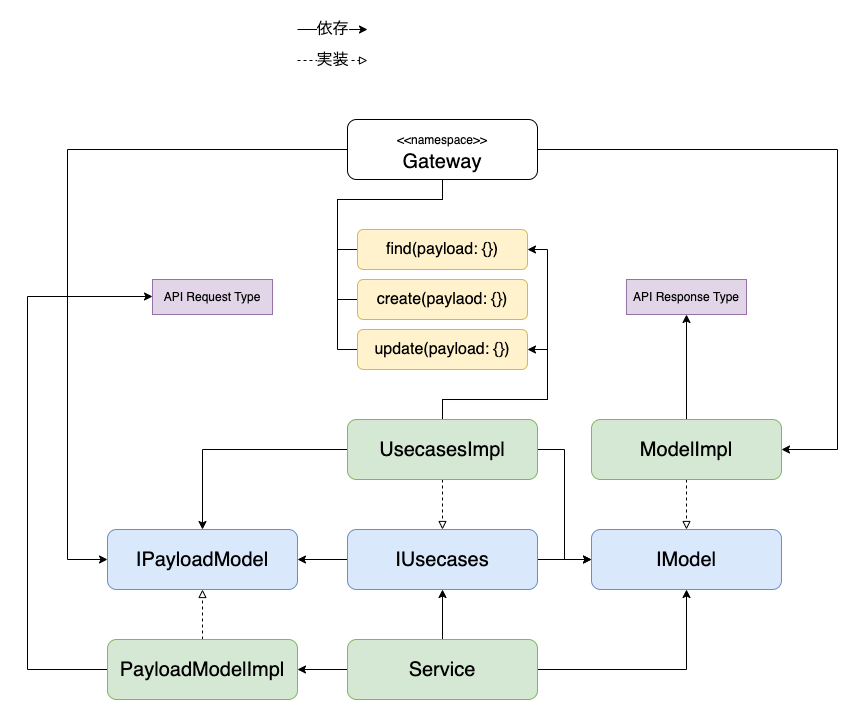
This is typescript/apps/admin/docs_temp/frontend-dataflow.drawio.png from ispec-inc/monorepo, a draw.io export, as it was before one commit. Source tidied: cells renumbered, new cells last; positions are measured from the earlier drawing's top-left corner, leaving out a move shared by most shapes. Source of this version:
```xml
<mxGraphModel>
  <root>
    <mxCell id="0" />
    <mxCell id="1" parent="0" />
    <mxCell id="2" style="edgeStyle=orthogonalEdgeStyle;rounded=0;jettySize=auto;html=1;entryX=0.5;entryY=1;entryDx=0;entryDy=0;fontSize=12;" parent="1" edge="1" source="5" target="14">
      <mxGeometry relative="1" as="geometry" />
    </mxCell>
    <mxCell id="3" style="edgeStyle=orthogonalEdgeStyle;rounded=0;jettySize=auto;html=1;fontSize=12;endArrow=classic;endFill=1;" parent="1" edge="1" source="5" target="24">
      <mxGeometry relative="1" as="geometry" />
    </mxCell>
    <mxCell id="4" style="edgeStyle=orthogonalEdgeStyle;rounded=0;jettySize=auto;html=1;" parent="1" edge="1" source="5" target="33">
      <mxGeometry relative="1" as="geometry" />
    </mxCell>
    <mxCell id="5" value="Service" style="rounded=1;whiteSpace=wrap;html=1;fontSize=20;fillColor=#d5e8d4;strokeColor=#82b366;" parent="1" vertex="1">
      <mxGeometry x="320" y="610" width="190" height="60" as="geometry" />
    </mxCell>
    <mxCell id="6" style="edgeStyle=orthogonalEdgeStyle;rounded=0;jettySize=auto;html=1;entryX=0;entryY=0.5;entryDx=0;entryDy=0;fontSize=16;endArrow=none;endFill=0;" parent="1" edge="1" source="11" target="21">
      <mxGeometry relative="1" as="geometry">
        <Array as="points">
          <mxPoint x="415" y="170" />
          <mxPoint x="310" y="170" />
          <mxPoint x="310" y="220" />
        </Array>
      </mxGeometry>
    </mxCell>
    <mxCell id="7" style="edgeStyle=orthogonalEdgeStyle;rounded=0;jettySize=auto;html=1;entryX=0;entryY=0.5;entryDx=0;entryDy=0;fontSize=16;endArrow=none;endFill=0;" parent="1" edge="1" source="11" target="22">
      <mxGeometry relative="1" as="geometry">
        <Array as="points">
          <mxPoint x="415" y="170" />
          <mxPoint x="310" y="170" />
          <mxPoint x="310" y="270" />
        </Array>
      </mxGeometry>
    </mxCell>
    <mxCell id="8" style="edgeStyle=orthogonalEdgeStyle;rounded=0;jettySize=auto;html=1;entryX=0;entryY=0.5;entryDx=0;entryDy=0;fontSize=16;endArrow=none;endFill=0;" parent="1" edge="1" source="11" target="23">
      <mxGeometry relative="1" as="geometry">
        <Array as="points">
          <mxPoint x="415" y="170" />
          <mxPoint x="310" y="170" />
          <mxPoint x="310" y="320" />
        </Array>
      </mxGeometry>
    </mxCell>
    <mxCell id="9" style="edgeStyle=orthogonalEdgeStyle;rounded=0;jettySize=auto;html=1;" parent="1" edge="1" source="11" target="34">
      <mxGeometry relative="1" as="geometry">
        <Array as="points">
          <mxPoint x="40" y="120" />
          <mxPoint x="40" y="530" />
        </Array>
      </mxGeometry>
    </mxCell>
    <mxCell id="10" style="edgeStyle=orthogonalEdgeStyle;rounded=0;jettySize=auto;html=1;" parent="1" edge="1" source="11" target="27">
      <mxGeometry relative="1" as="geometry">
        <Array as="points">
          <mxPoint x="810" y="120" />
          <mxPoint x="810" y="420" />
        </Array>
      </mxGeometry>
    </mxCell>
    <mxCell id="11" value="&lt;font style=&quot;font-size: 12px&quot;&gt;&amp;lt;&amp;lt;namespace&amp;gt;&amp;gt;&lt;/font&gt;&lt;br&gt;Gateway" style="rounded=1;whiteSpace=wrap;html=1;fontSize=20;" parent="1" vertex="1">
      <mxGeometry x="320" y="90" width="190" height="60" as="geometry" />
    </mxCell>
    <mxCell id="12" style="edgeStyle=orthogonalEdgeStyle;rounded=0;jettySize=auto;html=1;fontSize=12;endArrow=classic;endFill=1;" parent="1" edge="1" source="14" target="24">
      <mxGeometry relative="1" as="geometry">
        <Array as="points">
          <mxPoint x="694" y="530" />
        </Array>
      </mxGeometry>
    </mxCell>
    <mxCell id="13" style="edgeStyle=orthogonalEdgeStyle;rounded=0;jettySize=auto;html=1;entryX=1;entryY=0.5;entryDx=0;entryDy=0;" parent="1" edge="1" source="14" target="34">
      <mxGeometry relative="1" as="geometry" />
    </mxCell>
    <mxCell id="14" value="IUsecases" style="rounded=1;whiteSpace=wrap;html=1;fontSize=20;fillColor=#dae8fc;strokeColor=#6c8ebf;" parent="1" vertex="1">
      <mxGeometry x="320" y="500" width="190" height="60" as="geometry" />
    </mxCell>
    <mxCell id="15" style="edgeStyle=orthogonalEdgeStyle;rounded=0;jettySize=auto;html=1;fontSize=12;endArrow=block;endFill=0;dashed=1;" parent="1" edge="1" source="20" target="14">
      <mxGeometry relative="1" as="geometry" />
    </mxCell>
    <mxCell id="16" style="edgeStyle=orthogonalEdgeStyle;rounded=0;jettySize=auto;html=1;entryX=1;entryY=0.5;entryDx=0;entryDy=0;fontSize=16;endArrow=classic;endFill=1;" parent="1" edge="1" source="20" target="21">
      <mxGeometry relative="1" as="geometry">
        <Array as="points">
          <mxPoint x="415" y="370" />
          <mxPoint x="520" y="370" />
          <mxPoint x="520" y="220" />
        </Array>
      </mxGeometry>
    </mxCell>
    <mxCell id="17" style="edgeStyle=orthogonalEdgeStyle;rounded=0;jettySize=auto;html=1;entryX=1;entryY=0.5;entryDx=0;entryDy=0;fontSize=16;endArrow=classic;endFill=1;" parent="1" edge="1" source="20" target="23">
      <mxGeometry relative="1" as="geometry">
        <Array as="points">
          <mxPoint x="415" y="370" />
          <mxPoint x="520" y="370" />
          <mxPoint x="520" y="320" />
        </Array>
      </mxGeometry>
    </mxCell>
    <mxCell id="18" style="edgeStyle=orthogonalEdgeStyle;rounded=0;jettySize=auto;html=1;fontSize=16;endArrow=classic;endFill=1;entryX=0;entryY=0.5;entryDx=0;entryDy=0;" parent="1" edge="1" source="20" target="24">
      <mxGeometry relative="1" as="geometry" />
    </mxCell>
    <mxCell id="19" style="edgeStyle=orthogonalEdgeStyle;rounded=0;jettySize=auto;html=1;" parent="1" edge="1" source="20" target="34">
      <mxGeometry relative="1" as="geometry" />
    </mxCell>
    <mxCell id="20" value="UsecasesImpl" style="rounded=1;whiteSpace=wrap;html=1;fontSize=20;fillColor=#d5e8d4;strokeColor=#82b366;" parent="1" vertex="1">
      <mxGeometry x="320" y="390" width="190" height="60" as="geometry" />
    </mxCell>
    <mxCell id="21" value="&lt;font style=&quot;font-size: 16px&quot;&gt;find(payload: {})&lt;/font&gt;" style="rounded=1;whiteSpace=wrap;html=1;fontSize=16;fillColor=#fff2cc;strokeColor=#d6b656;" parent="1" vertex="1">
      <mxGeometry x="330" y="200" width="170" height="40" as="geometry" />
    </mxCell>
    <mxCell id="22" value="&lt;font style=&quot;font-size: 16px&quot;&gt;create(paylaod: {})&lt;br&gt;&lt;/font&gt;" style="rounded=1;whiteSpace=wrap;html=1;fontSize=16;fillColor=#fff2cc;strokeColor=#d6b656;" parent="1" vertex="1">
      <mxGeometry x="330" y="250" width="170" height="40" as="geometry" />
    </mxCell>
    <mxCell id="23" value="&lt;font style=&quot;font-size: 16px&quot;&gt;update(payload: {})&lt;br&gt;&lt;/font&gt;" style="rounded=1;whiteSpace=wrap;html=1;fontSize=16;fillColor=#fff2cc;strokeColor=#d6b656;" parent="1" vertex="1">
      <mxGeometry x="330" y="300" width="170" height="40" as="geometry" />
    </mxCell>
    <mxCell id="24" value="IModel" style="rounded=1;whiteSpace=wrap;html=1;fontSize=20;fillColor=#dae8fc;strokeColor=#6c8ebf;" parent="1" vertex="1">
      <mxGeometry x="564" y="500" width="190" height="60" as="geometry" />
    </mxCell>
    <mxCell id="25" style="edgeStyle=orthogonalEdgeStyle;rounded=0;jettySize=auto;html=1;fontSize=12;endArrow=classic;endFill=1;" parent="1" edge="1" source="27" target="30">
      <mxGeometry relative="1" as="geometry" />
    </mxCell>
    <mxCell id="26" style="edgeStyle=orthogonalEdgeStyle;rounded=0;jettySize=auto;html=1;fontSize=16;endArrow=block;endFill=0;dashed=1;" parent="1" edge="1" source="27" target="24">
      <mxGeometry relative="1" as="geometry" />
    </mxCell>
    <mxCell id="27" value="ModelImpl" style="rounded=1;whiteSpace=wrap;html=1;fontSize=20;fillColor=#d5e8d4;strokeColor=#82b366;" parent="1" vertex="1">
      <mxGeometry x="564" y="390" width="190" height="60" as="geometry" />
    </mxCell>
    <mxCell id="28" value="依存" style="endArrow=classic;html=1;rounded=0;fontSize=16;" parent="1" edge="1">
      <mxGeometry relative="1" as="geometry">
        <mxPoint x="270" as="sourcePoint" />
        <mxPoint x="340" as="targetPoint" />
      </mxGeometry>
    </mxCell>
    <mxCell id="29" value="実装" style="endArrow=block;html=1;rounded=0;fontSize=16;dashed=1;endFill=0;" parent="1" edge="1">
      <mxGeometry relative="1" as="geometry">
        <mxPoint x="270" y="31" as="sourcePoint" />
        <mxPoint x="340" y="31" as="targetPoint" />
      </mxGeometry>
    </mxCell>
    <mxCell id="30" value="API Response Type" style="rounded=0;whiteSpace=wrap;html=1;fontSize=12;fillColor=#e1d5e7;strokeColor=#9673a6;" parent="1" vertex="1">
      <mxGeometry x="599" y="250" width="120" height="35" as="geometry" />
    </mxCell>
    <mxCell id="31" style="edgeStyle=orthogonalEdgeStyle;rounded=0;jettySize=auto;html=1;" parent="1" edge="1" source="33" target="35">
      <mxGeometry relative="1" as="geometry">
        <Array as="points">
          <mxPoint y="640" />
          <mxPoint y="267" />
        </Array>
      </mxGeometry>
    </mxCell>
    <mxCell id="32" style="edgeStyle=orthogonalEdgeStyle;rounded=0;jettySize=auto;html=1;endArrow=block;endFill=0;dashed=1;" parent="1" edge="1" source="33" target="34">
      <mxGeometry relative="1" as="geometry" />
    </mxCell>
    <mxCell id="33" value="PayloadModelImpl" style="rounded=1;whiteSpace=wrap;html=1;fontSize=20;fillColor=#d5e8d4;strokeColor=#82b366;" parent="1" vertex="1">
      <mxGeometry x="80" y="610" width="190" height="60" as="geometry" />
    </mxCell>
    <mxCell id="34" value="IPayloadModel" style="rounded=1;whiteSpace=wrap;html=1;fontSize=20;fillColor=#dae8fc;strokeColor=#6c8ebf;" parent="1" vertex="1">
      <mxGeometry x="80" y="500" width="190" height="60" as="geometry" />
    </mxCell>
    <mxCell id="35" value="API Request Type" style="rounded=0;whiteSpace=wrap;html=1;fontSize=12;fillColor=#e1d5e7;strokeColor=#9673a6;" parent="1" vertex="1">
      <mxGeometry x="125" y="250" width="120" height="35" as="geometry" />
    </mxCell>
  </root>
</mxGraphModel>
```
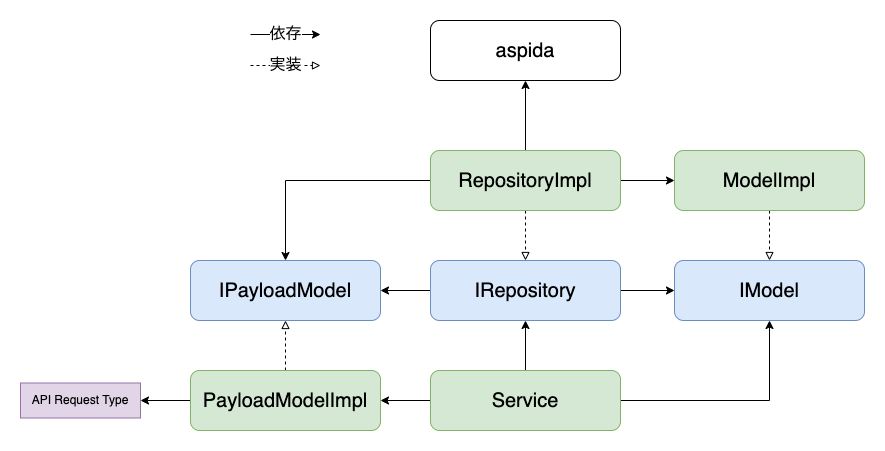
Above is the later version.

Diff of the diagram source:
```diff
@@ -14,51 +14,8 @@
     <mxCell id="5" value="Service" style="rounded=1;whiteSpace=wrap;html=1;fontSize=20;fillColor=#d5e8d4;strokeColor=#82b366;" parent="1" vertex="1">
       <mxGeometry x="320" y="610" width="190" height="60" as="geometry" />
     </mxCell>
-    <mxCell id="6" style="edgeStyle=orthogonalEdgeStyle;rounded=0;jettySize=auto;html=1;entryX=0;entryY=0.5;entryDx=0;entryDy=0;fontSize=16;endArrow=none;endFill=0;" parent="1" edge="1" source="11" target="21">
-      <mxGeometry relative="1" as="geometry">
-        <Array as="points">
-          <mxPoint x="415" y="170" />
-          <mxPoint x="310" y="170" />
-          <mxPoint x="310" y="220" />
-        </Array>
-      </mxGeometry>
-    </mxCell>
-    <mxCell id="7" style="edgeStyle=orthogonalEdgeStyle;rounded=0;jettySize=auto;html=1;entryX=0;entryY=0.5;entryDx=0;entryDy=0;fontSize=16;endArrow=none;endFill=0;" parent="1" edge="1" source="11" target="22">
-      <mxGeometry relative="1" as="geometry">
-        <Array as="points">
-          <mxPoint x="415" y="170" />
-          <mxPoint x="310" y="170" />
-          <mxPoint x="310" y="270" />
-        </Array>
-      </mxGeometry>
-    </mxCell>
-    <mxCell id="8" style="edgeStyle=orthogonalEdgeStyle;rounded=0;jettySize=auto;html=1;entryX=0;entryY=0.5;entryDx=0;entryDy=0;fontSize=16;endArrow=none;endFill=0;" parent="1" edge="1" source="11" target="23">
-      <mxGeometry relative="1" as="geometry">
-        <Array as="points">
-          <mxPoint x="415" y="170" />
-          <mxPoint x="310" y="170" />
-          <mxPoint x="310" y="320" />
-        </Array>
-      </mxGeometry>
-    </mxCell>
-    <mxCell id="9" style="edgeStyle=orthogonalEdgeStyle;rounded=0;jettySize=auto;html=1;" parent="1" edge="1" source="11" target="34">
-      <mxGeometry relative="1" as="geometry">
-        <Array as="points">
-          <mxPoint x="40" y="120" />
-          <mxPoint x="40" y="530" />
-        </Array>
-      </mxGeometry>
-    </mxCell>
-    <mxCell id="10" style="edgeStyle=orthogonalEdgeStyle;rounded=0;jettySize=auto;html=1;" parent="1" edge="1" source="11" target="27">
-      <mxGeometry relative="1" as="geometry">
-        <Array as="points">
-          <mxPoint x="810" y="120" />
-          <mxPoint x="810" y="420" />
-        </Array>
-      </mxGeometry>
-    </mxCell>
-    <mxCell id="11" value="&lt;font style=&quot;font-size: 12px&quot;&gt;&amp;lt;&amp;lt;namespace&amp;gt;&amp;gt;&lt;/font&gt;&lt;br&gt;Gateway" style="rounded=1;whiteSpace=wrap;html=1;fontSize=20;" parent="1" vertex="1">
-      <mxGeometry x="320" y="90" width="190" height="60" as="geometry" />
+    <mxCell id="11" value="&lt;span style=&quot;font-size: 20px&quot;&gt;aspida&lt;/span&gt;" style="rounded=1;whiteSpace=wrap;html=1;fontSize=20;" parent="1" vertex="1">
+      <mxGeometry x="320" y="260" width="190" height="60" as="geometry" />
     </mxCell>
     <mxCell id="12" style="edgeStyle=orthogonalEdgeStyle;rounded=0;jettySize=auto;html=1;fontSize=12;endArrow=classic;endFill=1;" parent="1" edge="1" source="14" target="24">
       <mxGeometry relative="1" as="geometry">
@@ -70,54 +27,27 @@
     <mxCell id="13" style="edgeStyle=orthogonalEdgeStyle;rounded=0;jettySize=auto;html=1;entryX=1;entryY=0.5;entryDx=0;entryDy=0;" parent="1" edge="1" source="14" target="34">
       <mxGeometry relative="1" as="geometry" />
     </mxCell>
-    <mxCell id="14" value="IUsecases" style="rounded=1;whiteSpace=wrap;html=1;fontSize=20;fillColor=#dae8fc;strokeColor=#6c8ebf;" parent="1" vertex="1">
+    <mxCell id="14" value="IRepository" style="rounded=1;whiteSpace=wrap;html=1;fontSize=20;fillColor=#dae8fc;strokeColor=#6c8ebf;" parent="1" vertex="1">
       <mxGeometry x="320" y="500" width="190" height="60" as="geometry" />
     </mxCell>
     <mxCell id="15" style="edgeStyle=orthogonalEdgeStyle;rounded=0;jettySize=auto;html=1;fontSize=12;endArrow=block;endFill=0;dashed=1;" parent="1" edge="1" source="20" target="14">
       <mxGeometry relative="1" as="geometry" />
     </mxCell>
-    <mxCell id="16" style="edgeStyle=orthogonalEdgeStyle;rounded=0;jettySize=auto;html=1;entryX=1;entryY=0.5;entryDx=0;entryDy=0;fontSize=16;endArrow=classic;endFill=1;" parent="1" edge="1" source="20" target="21">
-      <mxGeometry relative="1" as="geometry">
-        <Array as="points">
-          <mxPoint x="415" y="370" />
-          <mxPoint x="520" y="370" />
-          <mxPoint x="520" y="220" />
-        </Array>
-      </mxGeometry>
-    </mxCell>
-    <mxCell id="17" style="edgeStyle=orthogonalEdgeStyle;rounded=0;jettySize=auto;html=1;entryX=1;entryY=0.5;entryDx=0;entryDy=0;fontSize=16;endArrow=classic;endFill=1;" parent="1" edge="1" source="20" target="23">
-      <mxGeometry relative="1" as="geometry">
-        <Array as="points">
-          <mxPoint x="415" y="370" />
-          <mxPoint x="520" y="370" />
-          <mxPoint x="520" y="320" />
-        </Array>
-      </mxGeometry>
-    </mxCell>
-    <mxCell id="18" style="edgeStyle=orthogonalEdgeStyle;rounded=0;jettySize=auto;html=1;fontSize=16;endArrow=classic;endFill=1;entryX=0;entryY=0.5;entryDx=0;entryDy=0;" parent="1" edge="1" source="20" target="24">
-      <mxGeometry relative="1" as="geometry" />
-    </mxCell>
     <mxCell id="19" style="edgeStyle=orthogonalEdgeStyle;rounded=0;jettySize=auto;html=1;" parent="1" edge="1" source="20" target="34">
       <mxGeometry relative="1" as="geometry" />
     </mxCell>
+    <mxCell id="36" style="edgeStyle=orthogonalEdgeStyle;rounded=0;jettySize=auto;html=1;fontSize=20;" parent="1" edge="1" source="20" target="11">
+      <mxGeometry relative="1" as="geometry" />
+    </mxCell>
+    <mxCell id="37" style="edgeStyle=orthogonalEdgeStyle;rounded=0;jettySize=auto;html=1;fontSize=20;" parent="1" edge="1" source="20" target="27">
+      <mxGeometry relative="1" as="geometry" />
+    </mxCell>
-    <mxCell id="20" value="UsecasesImpl" style="rounded=1;whiteSpace=wrap;html=1;fontSize=20;fillColor=#d5e8d4;strokeColor=#82b366;" parent="1" vertex="1">
+    <mxCell id="20" value="RepositoryImpl" style="rounded=1;whiteSpace=wrap;html=1;fontSize=20;fillColor=#d5e8d4;strokeColor=#82b366;" parent="1" vertex="1">
       <mxGeometry x="320" y="390" width="190" height="60" as="geometry" />
     </mxCell>
-    <mxCell id="21" value="&lt;font style=&quot;font-size: 16px&quot;&gt;find(payload: {})&lt;/font&gt;" style="rounded=1;whiteSpace=wrap;html=1;fontSize=16;fillColor=#fff2cc;strokeColor=#d6b656;" parent="1" vertex="1">
-      <mxGeometry x="330" y="200" width="170" height="40" as="geometry" />
-    </mxCell>
-    <mxCell id="22" value="&lt;font style=&quot;font-size: 16px&quot;&gt;create(paylaod: {})&lt;br&gt;&lt;/font&gt;" style="rounded=1;whiteSpace=wrap;html=1;fontSize=16;fillColor=#fff2cc;strokeColor=#d6b656;" parent="1" vertex="1">
-      <mxGeometry x="330" y="250" width="170" height="40" as="geometry" />
-    </mxCell>
-    <mxCell id="23" value="&lt;font style=&quot;font-size: 16px&quot;&gt;update(payload: {})&lt;br&gt;&lt;/font&gt;" style="rounded=1;whiteSpace=wrap;html=1;fontSize=16;fillColor=#fff2cc;strokeColor=#d6b656;" parent="1" vertex="1">
-      <mxGeometry x="330" y="300" width="170" height="40" as="geometry" />
-    </mxCell>
     <mxCell id="24" value="IModel" style="rounded=1;whiteSpace=wrap;html=1;fontSize=20;fillColor=#dae8fc;strokeColor=#6c8ebf;" parent="1" vertex="1">
       <mxGeometry x="564" y="500" width="190" height="60" as="geometry" />
     </mxCell>
-    <mxCell id="25" style="edgeStyle=orthogonalEdgeStyle;rounded=0;jettySize=auto;html=1;fontSize=12;endArrow=classic;endFill=1;" parent="1" edge="1" source="27" target="30">
-      <mxGeometry relative="1" as="geometry" />
-    </mxCell>
     <mxCell id="26" style="edgeStyle=orthogonalEdgeStyle;rounded=0;jettySize=auto;html=1;fontSize=16;endArrow=block;endFill=0;dashed=1;" parent="1" edge="1" source="27" target="24">
       <mxGeometry relative="1" as="geometry" />
     </mxCell>
@@ -126,30 +56,22 @@
     </mxCell>
     <mxCell id="28" value="依存" style="endArrow=classic;html=1;rounded=0;fontSize=16;" parent="1" edge="1">
       <mxGeometry relative="1" as="geometry">
-        <mxPoint x="270" as="sourcePoint" />
-        <mxPoint x="340" as="targetPoint" />
+        <mxPoint x="140" y="274" as="sourcePoint" />
+        <mxPoint x="210" y="274" as="targetPoint" />
       </mxGeometry>
     </mxCell>
     <mxCell id="29" value="実装" style="endArrow=block;html=1;rounded=0;fontSize=16;dashed=1;endFill=0;" parent="1" edge="1">
       <mxGeometry relative="1" as="geometry">
-        <mxPoint x="270" y="31" as="sourcePoint" />
-        <mxPoint x="340" y="31" as="targetPoint" />
+        <mxPoint x="140" y="305" as="sourcePoint" />
+        <mxPoint x="210" y="305" as="targetPoint" />
       </mxGeometry>
     </mxCell>
-    <mxCell id="30" value="API Response Type" style="rounded=0;whiteSpace=wrap;html=1;fontSize=12;fillColor=#e1d5e7;strokeColor=#9673a6;" parent="1" vertex="1">
-      <mxGeometry x="599" y="250" width="120" height="35" as="geometry" />
-    </mxCell>
+    <mxCell id="32" style="edgeStyle=orthogonalEdgeStyle;rounded=0;jettySize=auto;html=1;endArrow=block;endFill=0;dashed=1;" parent="1" edge="1" source="33" target="34">
+      <mxGeometry relative="1" as="geometry" />
+    </mxCell>
-    <mxCell id="31" style="edgeStyle=orthogonalEdgeStyle;rounded=0;jettySize=auto;html=1;" parent="1" edge="1" source="33" target="35">
-      <mxGeometry relative="1" as="geometry">
-        <Array as="points">
-          <mxPoint y="640" />
-          <mxPoint y="267" />
-        </Array>
-      </mxGeometry>
+    <mxCell id="31" style="edgeStyle=orthogonalEdgeStyle;rounded=0;jettySize=auto;html=1;fontSize=20;" parent="1" edge="1" source="33" target="35">
+      <mxGeometry relative="1" as="geometry" />
     </mxCell>
-    <mxCell id="32" style="edgeStyle=orthogonalEdgeStyle;rounded=0;jettySize=auto;html=1;endArrow=block;endFill=0;dashed=1;" parent="1" edge="1" source="33" target="34">
-      <mxGeometry relative="1" as="geometry" />
-    </mxCell>
     <mxCell id="33" value="PayloadModelImpl" style="rounded=1;whiteSpace=wrap;html=1;fontSize=20;fillColor=#d5e8d4;strokeColor=#82b366;" parent="1" vertex="1">
       <mxGeometry x="80" y="610" width="190" height="60" as="geometry" />
     </mxCell>
@@ -157,7 +79,7 @@
       <mxGeometry x="80" y="500" width="190" height="60" as="geometry" />
     </mxCell>
     <mxCell id="35" value="API Request Type" style="rounded=0;whiteSpace=wrap;html=1;fontSize=12;fillColor=#e1d5e7;strokeColor=#9673a6;" parent="1" vertex="1">
-      <mxGeometry x="125" y="250" width="120" height="35" as="geometry" />
+      <mxGeometry x="-90" y="622.5" width="120" height="35" as="geometry" />
     </mxCell>
   </root>
 </mxGraphModel>
```
